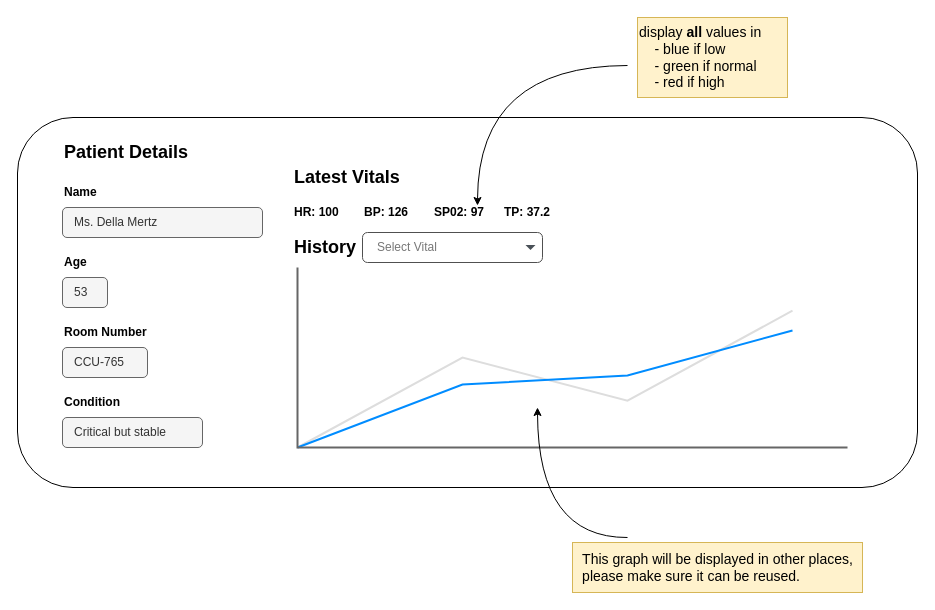
The draw.io diagram resources/front.drawio in implicity-healthcare/technical-interviews, before the edit. Source tidied: cells renumbered, new cells numbered last; positions are measured from the earlier drawing's top-left corner, leaving out a move shared by most shapes. Both pictures are drawn from the tidied source at 100%, with x=0, y=0 at pixel (17, 17).
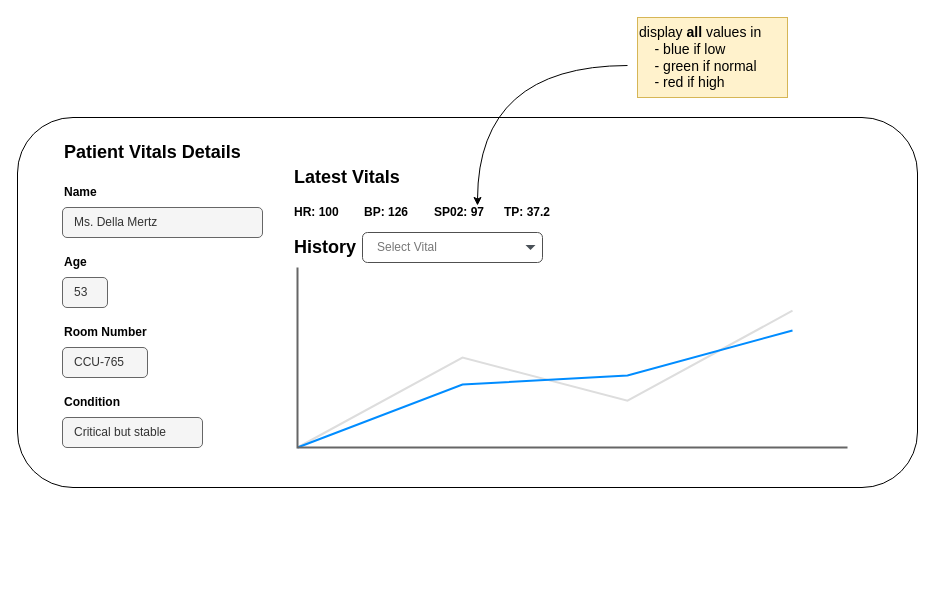
The same diagram, later.

Commit message (it also covers changes not shown here):
feature(front-end): chore(1.0.0): Added interview module to provide standardized API for front-end interviews

Diff of the diagram source:
```diff
@@
-    <mxCell id="3" value="&lt;h2&gt;Patient Details&lt;/h2&gt;" style="text;html=1;align=left;verticalAlign=middle;strokeColor=none;fillColor=none;fontStyle=1;" parent="1" vertex="1">
-      <mxGeometry x="45" y="105" width="150" height="60" as="geometry" />
+    <mxCell id="3" value="&lt;h2&gt;Patient Vitals Details&lt;/h2&gt;" style="text;html=1;align=left;verticalAlign=middle;strokeColor=none;fillColor=none;fontStyle=1;" parent="1" vertex="1">
+      <mxGeometry x="45" y="105" width="200" height="60" as="geometry" />
     </mxCell>
@@
-    <mxCell id="27" style="endArrow=classic;html=1;rounded=0;edgeStyle=orthogonalEdgeStyle;curved=1;" parent="1" edge="1">
-      <mxGeometry relative="1" as="geometry">
-        <mxPoint x="610" y="520" as="sourcePoint" />
-        <mxPoint x="520" y="390" as="targetPoint" />
-      </mxGeometry>
-    </mxCell>
-    <mxCell id="28" value="&lt;div style=&quot;text-align: left; margin-top: 0px;&quot;&gt;This graph will be displayed in other places, &lt;br&gt;please make sure it can be reused.&lt;/div&gt;" style="text;html=1;align=center;verticalAlign=middle;strokeColor=#d6b656;fillColor=#fff2cc;fontFamily=Helvetica;fontSize=14;" parent="1" vertex="1">
-      <mxGeometry x="555" y="525" width="290" height="50" as="geometry" />
-    </mxCell>
```
